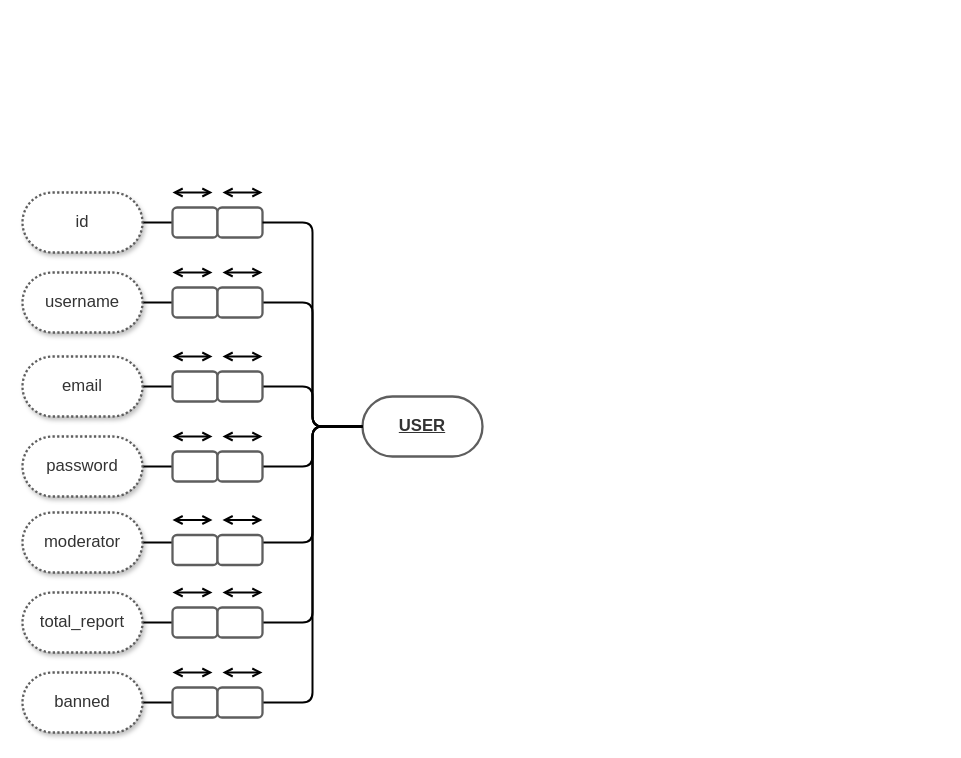
The draw.io diagram page "conceptuel" (1 of 2) of other/schemas/schemas.drawio in GaecKo/LocaWeb, before the edit. Source tidied: cells renumbered, new cells numbered last; positions are measured from the earlier drawing's top-left corner, leaving out a move shared by most shapes. Both pictures are drawn from the tidied source at 100%, with x=0, y=0 at pixel (22, 192).
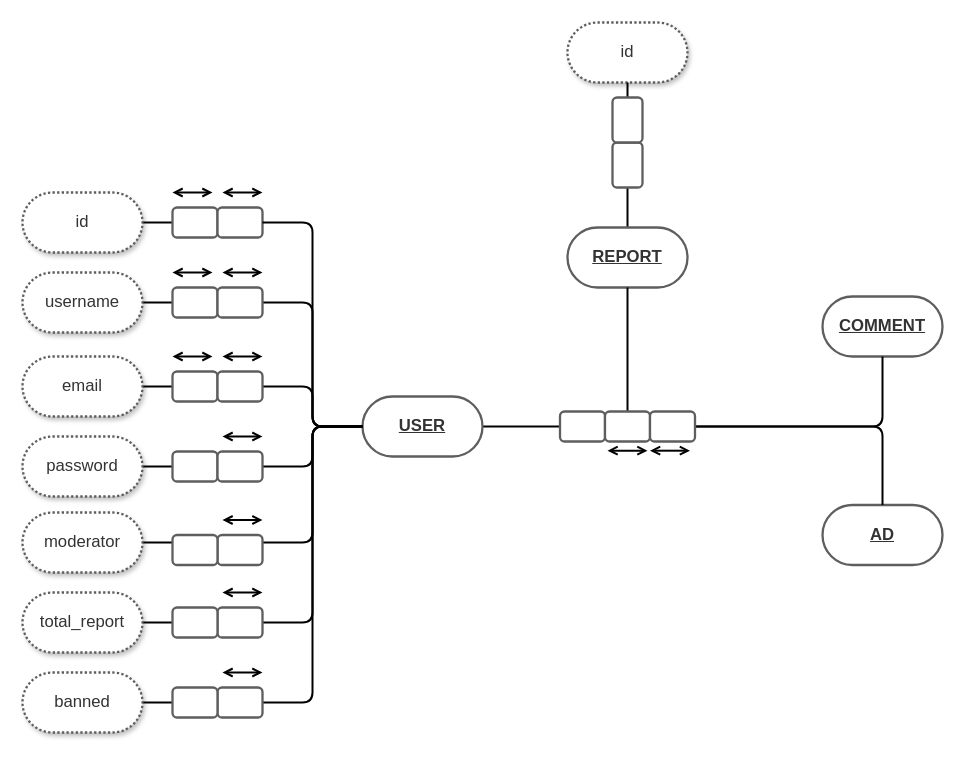
The same diagram, later.

Unchanged cells that the change refers to:
```xml
<mxCell id="3" value="&lt;u&gt;&lt;b&gt;USER&lt;/b&gt;&lt;/u&gt;" style="html=1;overflow=block;blockSpacing=1;whiteSpace=wrap;rounded=1;arcSize=50;fontSize=16.7;fontColor=#333333;align=center;spacing=3.8;strokeColor=#5e5e5e;strokeOpacity=100;strokeWidth=2.3;" parent="1" vertex="1">
  <mxGeometry x="340" y="204" width="120" height="60" as="geometry" />
</mxCell>
<mxCell id="46" value=" " style="html=1;overflow=block;blockSpacing=1;whiteSpace=wrap;fontSize=16.7;fontColor=#333333;align=center;spacing=9;strokeColor=#5e5e5e;strokeOpacity=100;rounded=1;absoluteArcSize=1;arcSize=9;strokeWidth=2.3;" parent="1" vertex="1">
  <mxGeometry x="195" y="342.5" width="45" height="30" as="geometry" />
</mxCell>
<mxCell id="51" value=" " style="html=1;overflow=block;blockSpacing=1;whiteSpace=wrap;fontSize=16.7;fontColor=#333333;align=center;spacing=9;strokeColor=#5e5e5e;strokeOpacity=100;rounded=1;absoluteArcSize=1;arcSize=9;strokeWidth=2.3;" parent="1" vertex="1">
  <mxGeometry x="195" y="415" width="45" height="30" as="geometry" />
</mxCell>
<mxCell id="56" value=" " style="html=1;overflow=block;blockSpacing=1;whiteSpace=wrap;fontSize=16.7;fontColor=#333333;align=center;spacing=9;strokeColor=#5e5e5e;strokeOpacity=100;rounded=1;absoluteArcSize=1;arcSize=9;strokeWidth=2.3;" parent="1" vertex="1">
  <mxGeometry x="195" y="495" width="45" height="30" as="geometry" />
</mxCell>
```

The edit, as a diff of the source:
```diff
@@
+    <mxCell id="59" style="edgeStyle=orthogonalEdgeStyle;rounded=0;jettySize=auto;html=1;exitX=1;exitY=0.5;exitDx=0;exitDy=0;entryX=0;entryY=0.5;entryDx=0;entryDy=0;strokeWidth=2;endArrow=none;endFill=0;" parent="1" edge="1" source="3" target="64">
+      <mxGeometry relative="1" as="geometry" />
+    </mxCell>
@@
-    <mxCell id="42" style="endArrow=open;html=1;rounded=1;strokeWidth=2;startArrow=open;startFill=0;endFill=0;" parent="1" edge="1">
-      <mxGeometry relative="1" as="geometry">
-        <mxPoint x="150" y="244" as="sourcePoint" />
-        <mxPoint x="190" y="244" as="targetPoint" />
-      </mxGeometry>
-    </mxCell>
@@
-    <mxCell id="44" value=" " style="html=1;overflow=block;blockSpacing=1;whiteSpace=wrap;fontSize=16.7;fontColor=#333333;align=center;spacing=9;strokeColor=#5e5e5e;strokeOpacity=100;rounded=1;absoluteArcSize=1;arcSize=9;strokeWidth=2.3;" parent="1" vertex="1">
-      <mxGeometry x="150" y="342.5" width="45" height="30" as="geometry" />
-    </mxCell>
-    <mxCell id="45" style="jettySize=auto;html=1;exitX=0;exitY=0.5;exitDx=0;exitDy=0;entryX=1;entryY=0.5;entryDx=0;entryDy=0;rounded=1;edgeStyle=orthogonalEdgeStyle;endArrow=none;endFill=0;strokeWidth=2;startArrow=none;" parent="1" edge="1" source="46" target="44">
-      <mxGeometry relative="1" as="geometry" />
+    <mxCell id="45" style="jettySize=auto;html=1;exitX=0;exitY=0.5;exitDx=0;exitDy=0;entryX=1;entryY=0.5;entryDx=0;entryDy=0;rounded=1;edgeStyle=orthogonalEdgeStyle;endArrow=none;endFill=0;strokeWidth=2;startArrow=none;" parent="1" edge="1" source="46">
+      <mxGeometry relative="1" as="geometry">
+        <mxPoint x="195" y="357.5" as="targetPoint" />
+      </mxGeometry>
     </mxCell>
@@
-    <mxCell id="47" style="endArrow=open;html=1;rounded=1;strokeWidth=2;startArrow=open;startFill=0;endFill=0;" parent="1" edge="1">
-      <mxGeometry relative="1" as="geometry">
-        <mxPoint x="150" y="327.5" as="sourcePoint" />
-        <mxPoint x="190" y="327.5" as="targetPoint" />
-      </mxGeometry>
-    </mxCell>
@@
-    <mxCell id="49" value=" " style="html=1;overflow=block;blockSpacing=1;whiteSpace=wrap;fontSize=16.7;fontColor=#333333;align=center;spacing=9;strokeColor=#5e5e5e;strokeOpacity=100;rounded=1;absoluteArcSize=1;arcSize=9;strokeWidth=2.3;" parent="1" vertex="1">
-      <mxGeometry x="150" y="415" width="45" height="30" as="geometry" />
-    </mxCell>
-    <mxCell id="50" style="jettySize=auto;html=1;exitX=0;exitY=0.5;exitDx=0;exitDy=0;entryX=1;entryY=0.5;entryDx=0;entryDy=0;rounded=1;edgeStyle=orthogonalEdgeStyle;endArrow=none;endFill=0;strokeWidth=2;startArrow=none;" parent="1" edge="1" source="51" target="49">
-      <mxGeometry relative="1" as="geometry" />
+    <mxCell id="50" style="jettySize=auto;html=1;exitX=0;exitY=0.5;exitDx=0;exitDy=0;entryX=1;entryY=0.5;entryDx=0;entryDy=0;rounded=1;edgeStyle=orthogonalEdgeStyle;endArrow=none;endFill=0;strokeWidth=2;startArrow=none;" parent="1" edge="1" source="51">
+      <mxGeometry relative="1" as="geometry">
+        <mxPoint x="195" y="430" as="targetPoint" />
+      </mxGeometry>
     </mxCell>
@@
-    <mxCell id="52" style="endArrow=open;html=1;rounded=1;strokeWidth=2;startArrow=open;startFill=0;endFill=0;" parent="1" edge="1">
-      <mxGeometry relative="1" as="geometry">
-        <mxPoint x="150" y="400" as="sourcePoint" />
-        <mxPoint x="190" y="400" as="targetPoint" />
-      </mxGeometry>
-    </mxCell>
@@
-    <mxCell id="54" value=" " style="html=1;overflow=block;blockSpacing=1;whiteSpace=wrap;fontSize=16.7;fontColor=#333333;align=center;spacing=9;strokeColor=#5e5e5e;strokeOpacity=100;rounded=1;absoluteArcSize=1;arcSize=9;strokeWidth=2.3;" parent="1" vertex="1">
-      <mxGeometry x="150" y="495" width="45" height="30" as="geometry" />
-    </mxCell>
-    <mxCell id="55" style="jettySize=auto;html=1;exitX=0;exitY=0.5;exitDx=0;exitDy=0;entryX=1;entryY=0.5;entryDx=0;entryDy=0;rounded=1;edgeStyle=orthogonalEdgeStyle;endArrow=none;endFill=0;strokeWidth=2;startArrow=none;" parent="1" edge="1" source="56" target="54">
-      <mxGeometry relative="1" as="geometry" />
+    <mxCell id="55" style="jettySize=auto;html=1;exitX=0;exitY=0.5;exitDx=0;exitDy=0;entryX=1;entryY=0.5;entryDx=0;entryDy=0;rounded=1;edgeStyle=orthogonalEdgeStyle;endArrow=none;endFill=0;strokeWidth=2;startArrow=none;" parent="1" edge="1" source="56">
+      <mxGeometry relative="1" as="geometry">
+        <mxPoint x="195" y="510" as="targetPoint" />
+      </mxGeometry>
     </mxCell>
@@
-    <mxCell id="57" style="endArrow=open;html=1;rounded=1;strokeWidth=2;startArrow=open;startFill=0;endFill=0;" parent="1" edge="1">
-      <mxGeometry relative="1" as="geometry">
-        <mxPoint x="150" y="480" as="sourcePoint" />
-        <mxPoint x="190" y="480" as="targetPoint" />
-      </mxGeometry>
-    </mxCell>
@@
+    <mxCell id="60" value="&lt;u&gt;&lt;b&gt;AD&lt;/b&gt;&lt;/u&gt;" style="html=1;overflow=block;blockSpacing=1;whiteSpace=wrap;rounded=1;arcSize=50;fontSize=16.7;fontColor=#333333;align=center;spacing=3.8;strokeColor=#5e5e5e;strokeOpacity=100;strokeWidth=2.3;" parent="1" vertex="1">
+      <mxGeometry x="800" y="312.5" width="120" height="60" as="geometry" />
+    </mxCell>
+    <mxCell id="61" value="&lt;u&gt;&lt;b&gt;COMMENT&lt;/b&gt;&lt;/u&gt;" style="html=1;overflow=block;blockSpacing=1;whiteSpace=wrap;rounded=1;arcSize=50;fontSize=16.7;fontColor=#333333;align=center;spacing=3.8;strokeColor=#5e5e5e;strokeOpacity=100;strokeWidth=2.3;" parent="1" vertex="1">
+      <mxGeometry x="800" y="104" width="120" height="60" as="geometry" />
+    </mxCell>
+    <mxCell id="62" style="edgeStyle=orthogonalEdgeStyle;rounded=1;jettySize=auto;html=1;exitX=0.5;exitY=0;exitDx=0;exitDy=0;entryX=0;entryY=0.5;entryDx=0;entryDy=0;strokeWidth=2;endArrow=none;endFill=0;" parent="1" edge="1" source="63" target="81">
+      <mxGeometry relative="1" as="geometry" />
+    </mxCell>
+    <mxCell id="63" value="&lt;u&gt;&lt;b&gt;REPORT&lt;/b&gt;&lt;/u&gt;" style="html=1;overflow=block;blockSpacing=1;whiteSpace=wrap;rounded=1;arcSize=50;fontSize=16.7;fontColor=#333333;align=center;spacing=3.8;strokeColor=#5e5e5e;strokeOpacity=100;strokeWidth=2.3;" parent="1" vertex="1">
+      <mxGeometry x="545" y="35" width="120" height="60" as="geometry" />
+    </mxCell>
+    <mxCell id="64" value=" " style="html=1;overflow=block;blockSpacing=1;whiteSpace=wrap;fontSize=16.7;fontColor=#333333;align=center;spacing=9;strokeColor=#5e5e5e;strokeOpacity=100;rounded=1;absoluteArcSize=1;arcSize=9;strokeWidth=2.3;" parent="1" vertex="1">
+      <mxGeometry x="537.5" y="219" width="45" height="30" as="geometry" />
+    </mxCell>
+    <mxCell id="65" style="edgeStyle=orthogonalEdgeStyle;rounded=0;jettySize=auto;html=1;exitX=0.5;exitY=0;exitDx=0;exitDy=0;entryX=0.5;entryY=1;entryDx=0;entryDy=0;strokeWidth=2;endArrow=none;endFill=0;" parent="1" edge="1" source="66" target="63">
+      <mxGeometry relative="1" as="geometry" />
+    </mxCell>
+    <mxCell id="66" value=" " style="html=1;overflow=block;blockSpacing=1;whiteSpace=wrap;fontSize=16.7;fontColor=#333333;align=center;spacing=9;strokeColor=#5e5e5e;strokeOpacity=100;rounded=1;absoluteArcSize=1;arcSize=9;strokeWidth=2.3;" parent="1" vertex="1">
+      <mxGeometry x="582.5" y="219" width="45" height="30" as="geometry" />
+    </mxCell>
+    <mxCell id="67" style="edgeStyle=orthogonalEdgeStyle;rounded=1;jettySize=auto;html=1;exitX=1;exitY=0.5;exitDx=0;exitDy=0;entryX=0.5;entryY=1;entryDx=0;entryDy=0;strokeWidth=2;endArrow=none;endFill=0;" parent="1" edge="1" source="69" target="61">
+      <mxGeometry relative="1" as="geometry" />
+    </mxCell>
+    <mxCell id="68" style="edgeStyle=orthogonalEdgeStyle;rounded=1;jettySize=auto;html=1;exitX=1;exitY=0.5;exitDx=0;exitDy=0;entryX=0.5;entryY=0;entryDx=0;entryDy=0;strokeWidth=2;endArrow=none;endFill=0;" parent="1" edge="1" source="69" target="60">
+      <mxGeometry relative="1" as="geometry" />
+    </mxCell>
+    <mxCell id="69" value=" " style="html=1;overflow=block;blockSpacing=1;whiteSpace=wrap;fontSize=16.7;fontColor=#333333;align=center;spacing=9;strokeColor=#5e5e5e;strokeOpacity=100;rounded=1;absoluteArcSize=1;arcSize=9;strokeWidth=2.3;" parent="1" vertex="1">
+      <mxGeometry x="627.5" y="219" width="45" height="30" as="geometry" />
+    </mxCell>
+    <mxCell id="70" style="endArrow=open;html=1;rounded=1;strokeWidth=2;startArrow=open;startFill=0;endFill=0;" parent="1" edge="1">
+      <mxGeometry relative="1" as="geometry">
+        <mxPoint x="627.5" y="258.2" as="sourcePoint" />
+        <mxPoint x="667.5" y="258.2" as="targetPoint" />
+      </mxGeometry>
+    </mxCell>
+    <mxCell id="71" style="orthogonalLoop=1;jettySize=auto;html=1;exitX=0;exitY=0.5;exitDx=0;exitDy=0;entryX=1;entryY=0.5;entryDx=0;entryDy=0;rounded=1;edgeStyle=orthogonalEdgeStyle;endArrow=none;endFill=0;strokeWidth=2;startArrow=none;" parent="1" edge="1">
+      <mxGeometry relative="1" as="geometry">
+        <mxPoint x="195" y="357.5" as="sourcePoint" />
+        <mxPoint x="195" y="357.5" as="targetPoint" />
+      </mxGeometry>
+    </mxCell>
+    <mxCell id="44" value=" " style="html=1;overflow=block;blockSpacing=1;whiteSpace=wrap;fontSize=16.7;fontColor=#333333;align=center;spacing=9;strokeColor=#5e5e5e;strokeOpacity=100;rounded=1;absoluteArcSize=1;arcSize=9;strokeWidth=2.3;" parent="1" vertex="1">
+      <mxGeometry x="150" y="342.5" width="45" height="30" as="geometry" />
+    </mxCell>
+    <mxCell id="72" style="jettySize=auto;html=1;exitX=0;exitY=0.5;exitDx=0;exitDy=0;entryX=1;entryY=0.5;entryDx=0;entryDy=0;rounded=1;edgeStyle=orthogonalEdgeStyle;endArrow=none;endFill=0;strokeWidth=2;startArrow=none;" parent="1" edge="1" target="44">
+      <mxGeometry relative="1" as="geometry">
+        <mxPoint x="195" y="357.5" as="sourcePoint" />
+      </mxGeometry>
+    </mxCell>
+    <mxCell id="73" style="orthogonalLoop=1;jettySize=auto;html=1;exitX=0;exitY=0.5;exitDx=0;exitDy=0;entryX=1;entryY=0.5;entryDx=0;entryDy=0;rounded=1;edgeStyle=orthogonalEdgeStyle;endArrow=none;endFill=0;strokeWidth=2;startArrow=none;" parent="1" edge="1">
+      <mxGeometry relative="1" as="geometry">
+        <mxPoint x="195" y="430" as="sourcePoint" />
+        <mxPoint x="195" y="430" as="targetPoint" />
+      </mxGeometry>
+    </mxCell>
+    <mxCell id="49" value=" " style="html=1;overflow=block;blockSpacing=1;whiteSpace=wrap;fontSize=16.7;fontColor=#333333;align=center;spacing=9;strokeColor=#5e5e5e;strokeOpacity=100;rounded=1;absoluteArcSize=1;arcSize=9;strokeWidth=2.3;" parent="1" vertex="1">
+      <mxGeometry x="150" y="415" width="45" height="30" as="geometry" />
+    </mxCell>
+    <mxCell id="74" style="jettySize=auto;html=1;exitX=0;exitY=0.5;exitDx=0;exitDy=0;entryX=1;entryY=0.5;entryDx=0;entryDy=0;rounded=1;edgeStyle=orthogonalEdgeStyle;endArrow=none;endFill=0;strokeWidth=2;startArrow=none;" parent="1" edge="1" target="49">
+      <mxGeometry relative="1" as="geometry">
+        <mxPoint x="195" y="430" as="sourcePoint" />
+      </mxGeometry>
+    </mxCell>
+    <mxCell id="75" style="orthogonalLoop=1;jettySize=auto;html=1;exitX=0;exitY=0.5;exitDx=0;exitDy=0;entryX=1;entryY=0.5;entryDx=0;entryDy=0;rounded=1;edgeStyle=orthogonalEdgeStyle;endArrow=none;endFill=0;strokeWidth=2;startArrow=none;" parent="1" edge="1">
+      <mxGeometry relative="1" as="geometry">
+        <mxPoint x="195" y="510" as="sourcePoint" />
+        <mxPoint x="195" y="510" as="targetPoint" />
+      </mxGeometry>
+    </mxCell>
+    <mxCell id="54" value=" " style="html=1;overflow=block;blockSpacing=1;whiteSpace=wrap;fontSize=16.7;fontColor=#333333;align=center;spacing=9;strokeColor=#5e5e5e;strokeOpacity=100;rounded=1;absoluteArcSize=1;arcSize=9;strokeWidth=2.3;" parent="1" vertex="1">
+      <mxGeometry x="150" y="495" width="45" height="30" as="geometry" />
+    </mxCell>
+    <mxCell id="76" style="jettySize=auto;html=1;exitX=0;exitY=0.5;exitDx=0;exitDy=0;entryX=1;entryY=0.5;entryDx=0;entryDy=0;rounded=1;edgeStyle=orthogonalEdgeStyle;endArrow=none;endFill=0;strokeWidth=2;startArrow=none;" parent="1" edge="1" target="54">
+      <mxGeometry relative="1" as="geometry">
+        <mxPoint x="195" y="510" as="sourcePoint" />
+      </mxGeometry>
+    </mxCell>
+    <mxCell id="77" style="orthogonalLoop=1;jettySize=auto;html=1;exitX=0;exitY=0.5;exitDx=0;exitDy=0;entryX=1;entryY=0.5;entryDx=0;entryDy=0;rounded=1;edgeStyle=orthogonalEdgeStyle;endArrow=none;endFill=0;strokeWidth=2;startArrow=none;" parent="1" edge="1">
+      <mxGeometry relative="1" as="geometry">
+        <mxPoint x="235" y="314" as="sourcePoint" />
+        <mxPoint x="235" y="314" as="targetPoint" />
+      </mxGeometry>
+    </mxCell>
+    <mxCell id="78" style="orthogonalLoop=1;jettySize=auto;html=1;exitX=0;exitY=0.5;exitDx=0;exitDy=0;entryX=1;entryY=0.5;entryDx=0;entryDy=0;rounded=1;edgeStyle=orthogonalEdgeStyle;endArrow=none;endFill=0;strokeWidth=2;startArrow=none;" parent="1" edge="1">
+      <mxGeometry relative="1" as="geometry">
+        <mxPoint x="235" y="314" as="sourcePoint" />
+        <mxPoint x="235" y="314" as="targetPoint" />
+      </mxGeometry>
+    </mxCell>
+    <mxCell id="79" style="endArrow=open;html=1;rounded=1;strokeWidth=2;startArrow=open;startFill=0;endFill=0;" parent="1" edge="1">
+      <mxGeometry relative="1" as="geometry">
+        <mxPoint x="585" y="258.2" as="sourcePoint" />
+        <mxPoint x="625" y="258.2" as="targetPoint" />
+      </mxGeometry>
+    </mxCell>
+    <mxCell id="80" value="id" style="html=1;overflow=block;blockSpacing=1;whiteSpace=wrap;rounded=1;arcSize=50;fontSize=16.7;fontColor=#333333;align=center;spacing=3.8;strokeColor=#5e5e5e;strokeOpacity=100;strokeWidth=2.3;dashed=1;dashPattern=1 1;shadow=1;" parent="1" vertex="1">
+      <mxGeometry x="545" y="-170" width="120" height="60" as="geometry" />
+    </mxCell>
+    <mxCell id="81" value=" " style="html=1;overflow=block;blockSpacing=1;whiteSpace=wrap;fontSize=16.7;fontColor=#333333;align=center;spacing=9;strokeColor=#5e5e5e;strokeOpacity=100;rounded=1;absoluteArcSize=1;arcSize=9;strokeWidth=2.3;direction=north;flipV=0;flipH=1;" parent="1" vertex="1">
+      <mxGeometry x="590" y="-50" width="30" height="45" as="geometry" />
+    </mxCell>
+    <mxCell id="82" style="edgeStyle=orthogonalEdgeStyle;rounded=1;jettySize=auto;html=1;exitX=1;exitY=0.5;exitDx=0;exitDy=0;entryX=0.5;entryY=1;entryDx=0;entryDy=0;strokeWidth=2;endArrow=none;endFill=0;" parent="1" edge="1" source="83" target="80">
+      <mxGeometry relative="1" as="geometry" />
+    </mxCell>
+    <mxCell id="83" value=" " style="html=1;overflow=block;blockSpacing=1;whiteSpace=wrap;fontSize=16.7;fontColor=#333333;align=center;spacing=9;strokeColor=#5e5e5e;strokeOpacity=100;rounded=1;absoluteArcSize=1;arcSize=9;strokeWidth=2.3;direction=north;flipV=0;flipH=1;" parent="1" vertex="1">
+      <mxGeometry x="590" y="-95" width="30" height="45" as="geometry" />
+    </mxCell>
```
